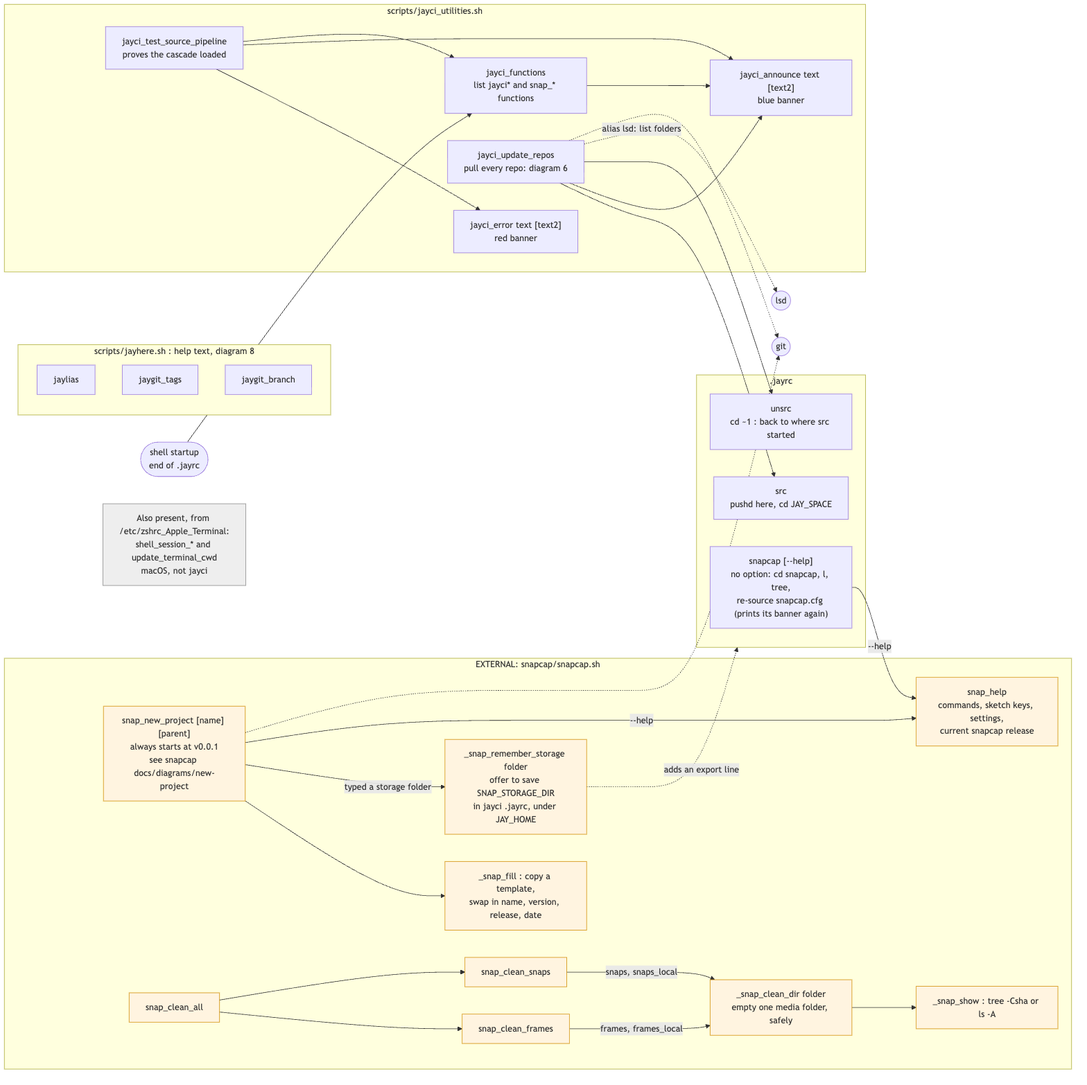
Before: docs/diagrams/5-functions.png, a diagram exported from Mermaid (jaycody/jayci). Its source is kept beside it as docs/diagrams/5-functions.mmd.
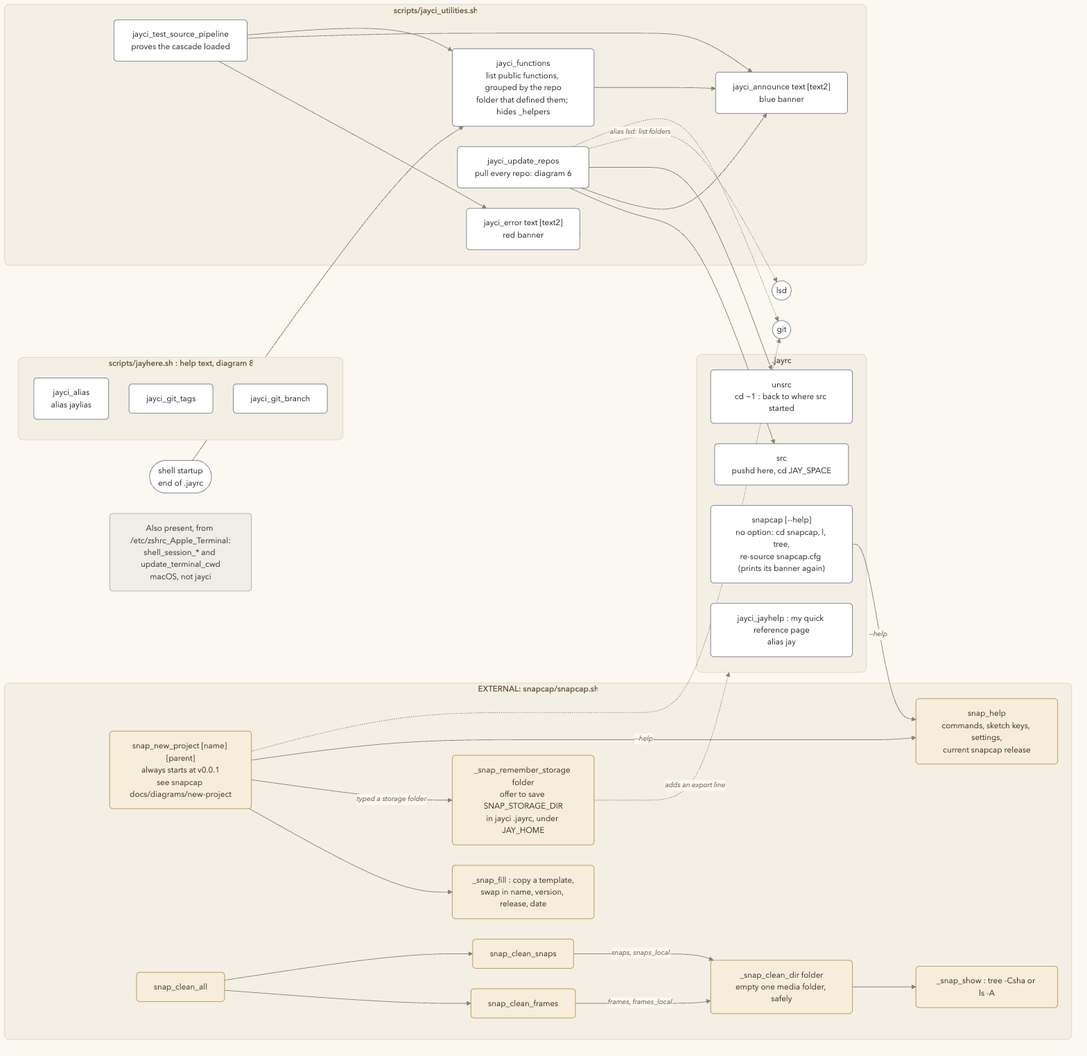
Later version of the same file.

Diff of the diagram source:
```diff
@@ -3,20 +3,21 @@
         src["src<br/>pushd here, cd JAY_SPACE"]
         unsrc["unsrc<br/>cd ~1 : back to where src started"]
         sc["snapcap [--help]<br/>no option: cd snapcap, l, tree,<br/>re-source snapcap.cfg (prints its banner again)"]
+        jh["jayci_jayhelp : my quick reference page<br/>alias jay"]
     end
 
     subgraph UTIL ["scripts/jayci_utilities.sh"]
         ann["jayci_announce text [text2]<br/>blue banner"]
         err["jayci_error text [text2]<br/>red banner"]
-        fns["jayci_functions<br/>list jayci* and snap_* functions"]
+        fns["jayci_functions<br/>list public functions, grouped by the repo<br/>folder that defined them; hides _helpers"]
         test["jayci_test_source_pipeline<br/>proves the cascade loaded"]
         upd["jayci_update_repos<br/>pull every repo: diagram 6"]
     end
 
     subgraph HERE ["scripts/jayhere.sh : help text, diagram 8"]
-        jl["jaylias"]
-        jt["jaygit_tags"]
-        jb["jaygit_branch"]
+        jl["jayci_alias<br/>alias jaylias"]
+        jt["jayci_git_tags"]
+        jb["jayci_git_branch"]
     end
 
     subgraph SNAP ["EXTERNAL: snapcap/snapcap.sh"]
@@ -56,7 +57,8 @@
     STARTUP(["shell startup<br/>end of .jayrc"]) --> fns
     MAC["Also present, from /etc/zshrc_Apple_Terminal:<br/>shell_session_* and update_terminal_cwd<br/>macOS, not jayci"]
 
-    classDef ext fill:#fff4e0,stroke:#d08a00,color:#333
-    classDef sys fill:#eeeeee,stroke:#888,color:#333
+    classDef ext fill:#F6EDDA,stroke:#A9843A,color:#3D3322
+    classDef sys fill:#EFEDE8,stroke:#A39E93,color:#4A4740
     class np,fill,rem,ca,cf,cs,cd1,show,hp ext
     class MAC sys
+
```
